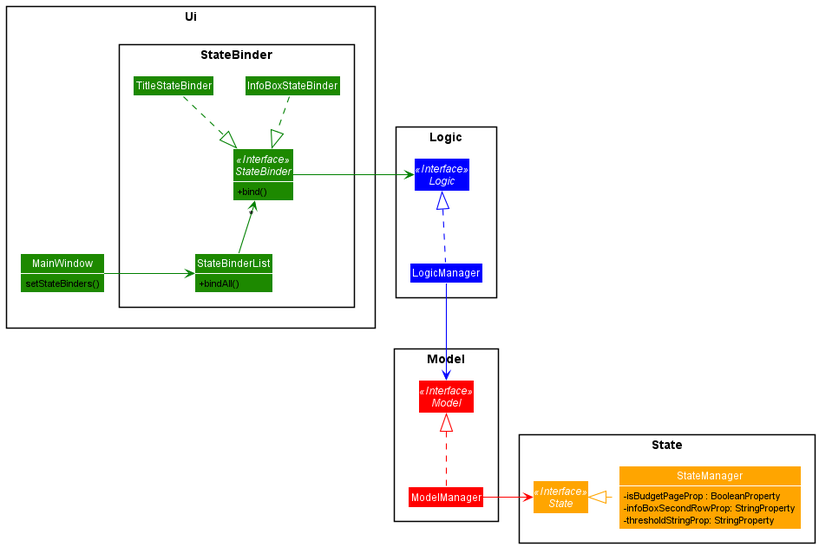
This is docs/diagrams/StateBinders_State_Class_Diagram.png from yu-ming-chen/tp, a PlantUML export, as it was before one commit.
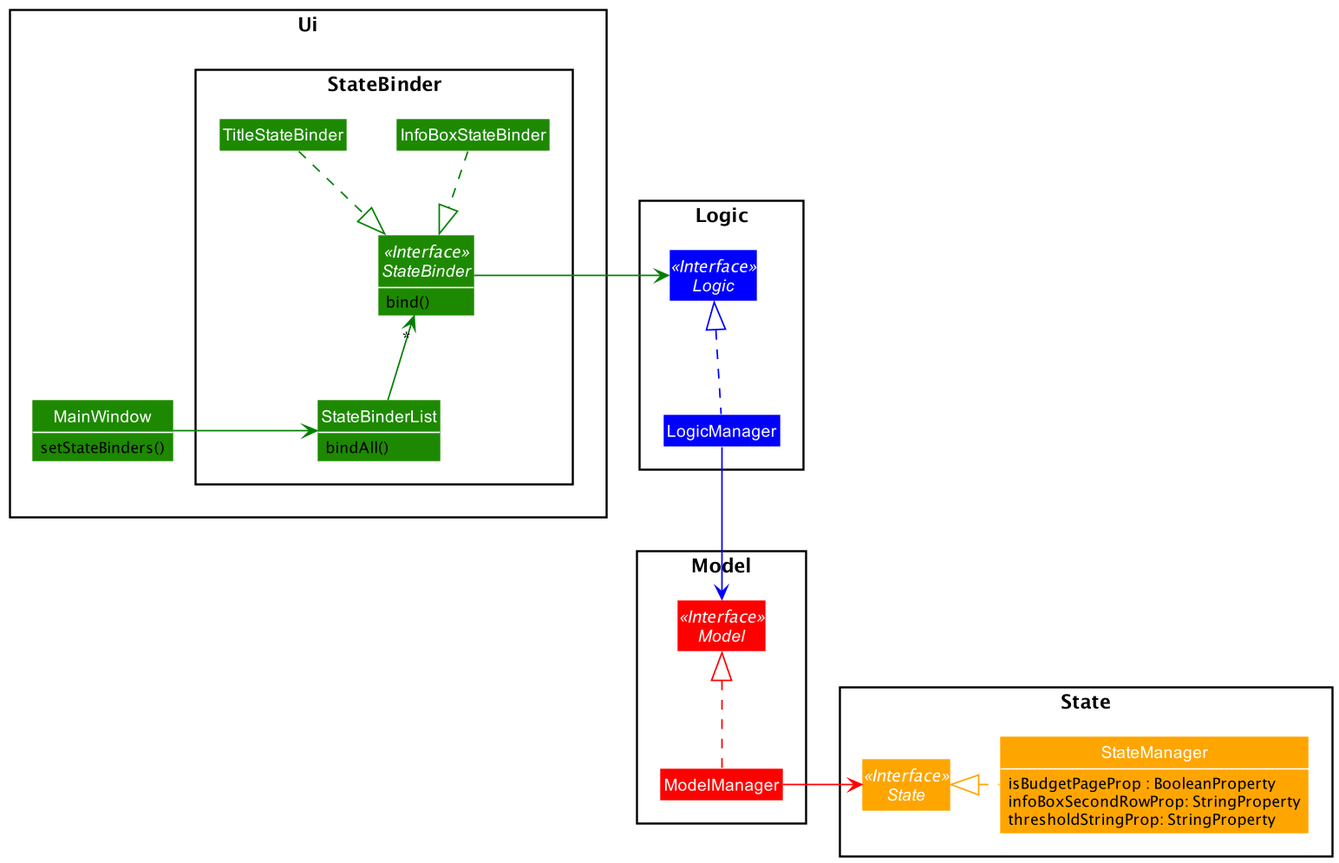
After the commit.

Change to the diagram source:
```diff
@@ -6,9 +6,9 @@
 Package State {
 Interface State <<Interface>> #Orange
 Class StateManager #Orange {
-    - isBudgetPageProp : BooleanProperty
-    - infoBoxSecondRowProp: StringProperty
-    - thresholdStringProp: StringProperty
+    isBudgetPageProp : BooleanProperty
+    infoBoxSecondRowProp: StringProperty
+    thresholdStringProp: StringProperty
 }
 }
 
@@ -25,12 +25,12 @@
 Package Ui {
     Package StateBinder {
         Interface StateBinder <<Interface>> {
-            + bind()
+            bind()
         }
         Class InfoBoxStateBinder
         Class TitleStateBinder
         Class StateBinderList {
-            + bindAll()
+            bindAll()
         }
     }
     Class MainWindow {
```
